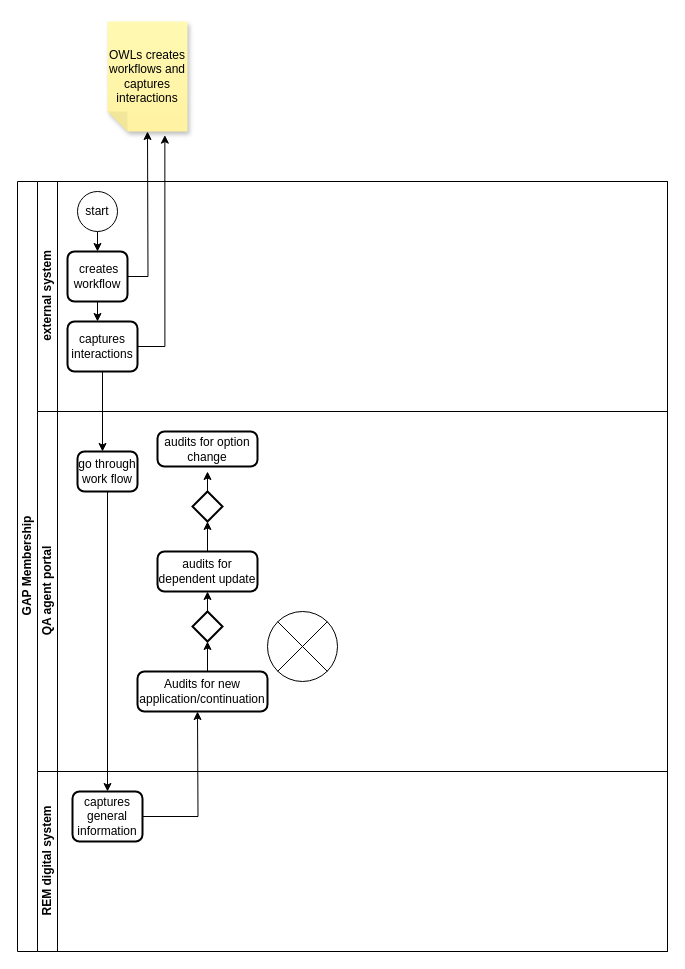
The draw.io diagram GAPmembership.drawio in TJ-Kwetsane1993/Thato, before the edit. Source tidied: cells renumbered, new cells numbered last; positions are measured from the earlier drawing's top-left corner, leaving out a move shared by most shapes. Both pictures are drawn from the tidied source at 100%, with x=0, y=0 at pixel (17, 21).
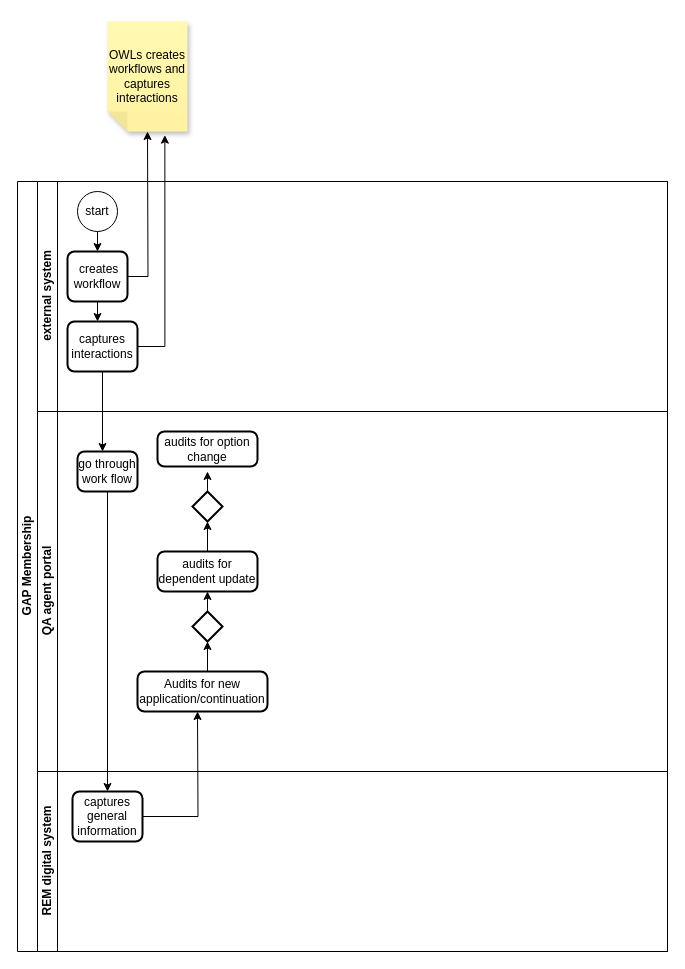
The same page after the edit.

The edit, as a diff of the source:
```diff
@@
-    <mxCell id="28" style="verticalLabelPosition=bottom;verticalAlign=top;html=1;shape=mxgraph.flowchart.or;" parent="1" vertex="1">
-      <mxGeometry x="250" y="590" width="70" height="70" as="geometry" />
-    </mxCell>
```
